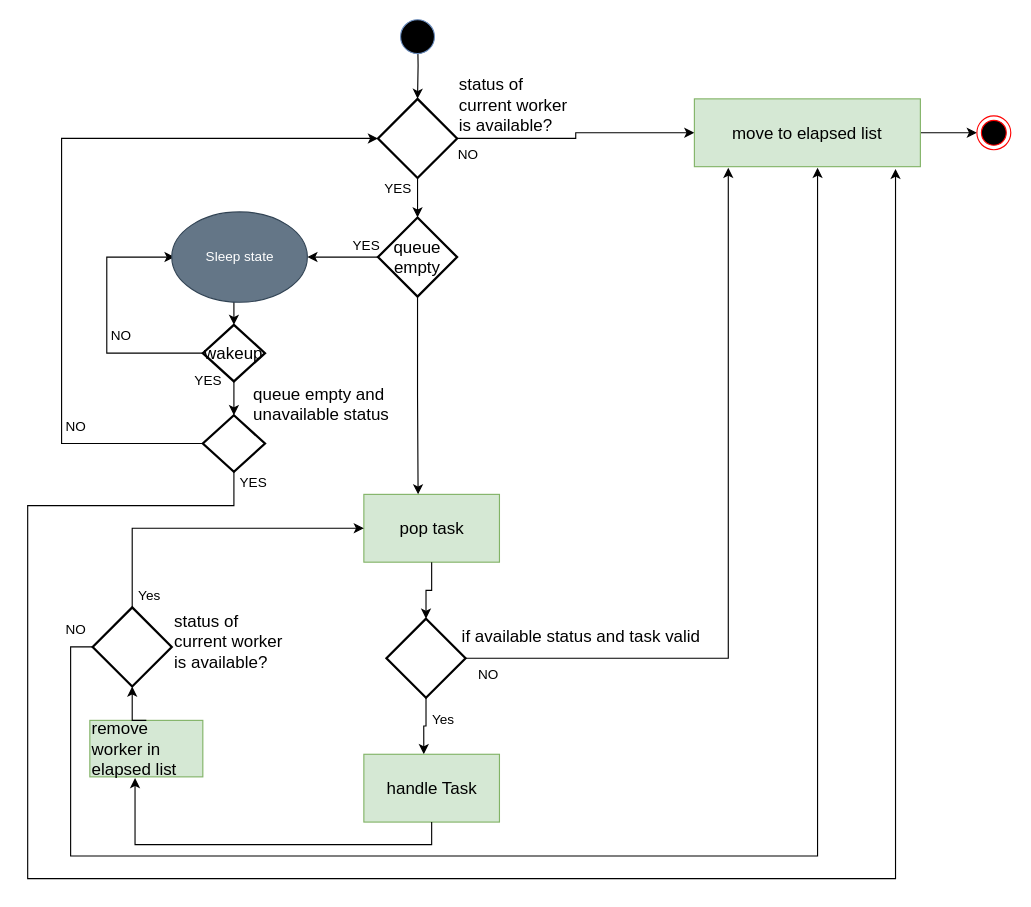
taikt/codefun keeps this draw.io diagram as page "dl_worker" (11 of 16) of doc/SA cert/Design/performance.drawio. Above is the earlier version. Source tidied: cells renumbered, new cells numbered last; positions are measured from the earlier drawing's top-left corner, leaving out a move shared by most shapes. Both pictures are drawn from the tidied source at 113%, with x=0, y=0 at pixel (27, 19).
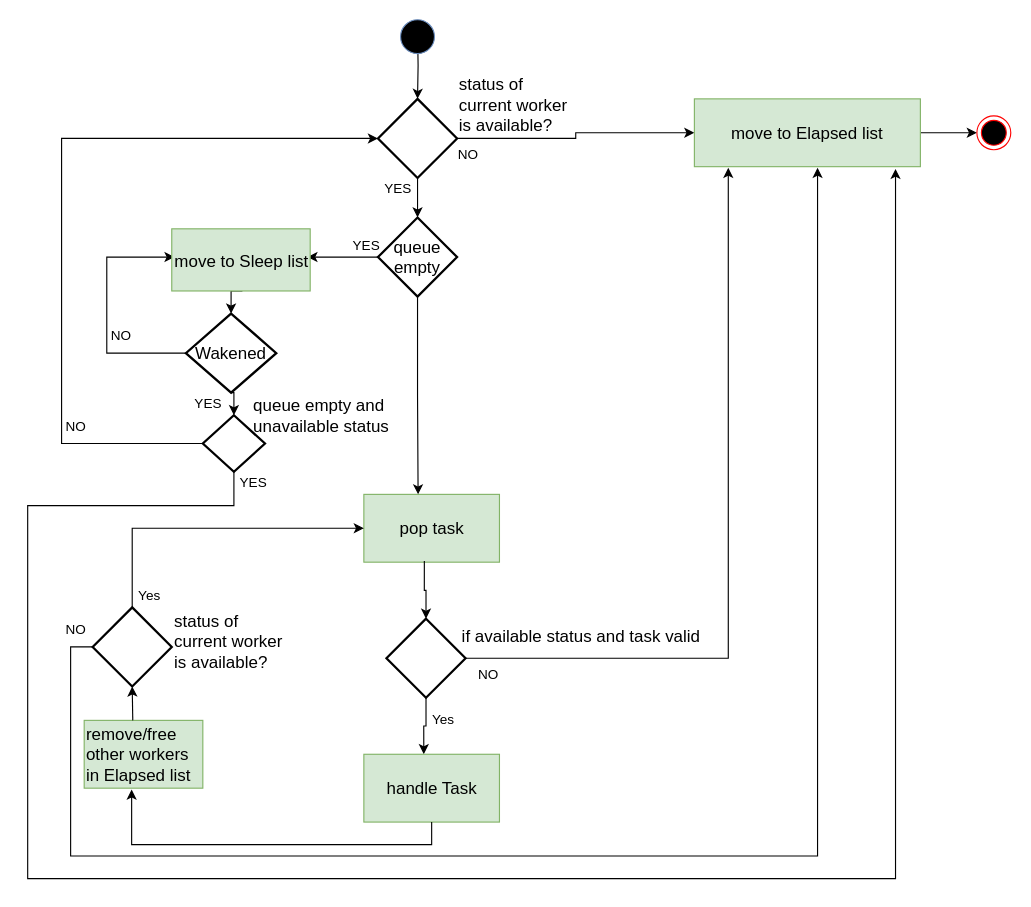
After the change.

The change refers to these unchanged cells:
```xml
<mxCell id="9" value="&lt;font style=&quot;font-size: 15px;&quot;&gt;pop task&lt;/font&gt;" style="rounded=0;whiteSpace=wrap;html=1;fillColor=#d5e8d4;strokeColor=#82b366;" parent="1" vertex="1">
  <mxGeometry x="297.5" y="420" width="120" height="60" as="geometry" />
</mxCell>
<mxCell id="13" style="strokeWidth=2;html=1;shape=mxgraph.flowchart.decision;whiteSpace=wrap;fillColor=none;gradientColor=#ffffff;" parent="1" vertex="1">
  <mxGeometry x="317.5" y="530" width="70" height="70" as="geometry" />
</mxCell>
<mxCell id="15" value="&lt;font style=&quot;font-size: 15px;&quot;&gt;handle Task&lt;/font&gt;" style="rounded=0;whiteSpace=wrap;html=1;fillColor=#d5e8d4;strokeColor=#82b366;" parent="1" vertex="1">
  <mxGeometry x="297.5" y="650" width="120" height="60" as="geometry" />
</mxCell>
<mxCell id="18" style="strokeWidth=2;html=1;shape=mxgraph.flowchart.decision;whiteSpace=wrap;fillColor=none;gradientColor=#ffffff;" parent="1" vertex="1">
  <mxGeometry x="57.5" y="520" width="70" height="70" as="geometry" />
</mxCell>
<mxCell id="24" value="&lt;font style=&quot;font-size: 15px;&quot;&gt;queue empty&lt;/font&gt;" style="strokeWidth=2;html=1;shape=mxgraph.flowchart.decision;whiteSpace=wrap;fillColor=none;gradientColor=#ffffff;" parent="1" vertex="1">
  <mxGeometry x="310" y="175" width="70" height="70" as="geometry" />
</mxCell>
```

Change to the diagram source:
```diff
@@
-    <mxCell id="6" value="&lt;font style=&quot;font-size: 15px;&quot;&gt;move to elapsed list&lt;/font&gt;" style="rounded=0;whiteSpace=wrap;html=1;fillColor=#d5e8d4;strokeColor=#82b366;" parent="1" vertex="1">
+    <mxCell id="6" value="&lt;font style=&quot;font-size: 15px;&quot;&gt;move to Elapsed list&lt;/font&gt;" style="rounded=0;whiteSpace=wrap;html=1;fillColor=#d5e8d4;strokeColor=#82b366;" parent="1" vertex="1">
       <mxGeometry x="590" y="70" width="200" height="60" as="geometry" />
     </mxCell>
@@
-    <mxCell id="23" style="edgeStyle=orthogonalEdgeStyle;rounded=0;jettySize=auto;html=1;exitX=0;exitY=0.5;exitDx=0;exitDy=0;exitPerimeter=0;entryX=1;entryY=0.5;entryDx=0;entryDy=0;" parent="1" edge="1" source="24" target="43">
-      <mxGeometry relative="1" as="geometry" />
+    <mxCell id="23" style="edgeStyle=orthogonalEdgeStyle;rounded=0;jettySize=auto;html=1;exitX=0;exitY=0.5;exitDx=0;exitDy=0;exitPerimeter=0;entryX=1;entryY=0.5;entryDx=0;entryDy=0;" parent="1" edge="1" source="24">
+      <mxGeometry relative="1" as="geometry">
+        <mxPoint x="247.5" y="210" as="targetPoint" />
+      </mxGeometry>
     </mxCell>
@@
-    <mxCell id="29" value="&lt;font style=&quot;font-size: 15px;&quot;&gt;wakeup&lt;/font&gt;" style="strokeWidth=2;html=1;shape=mxgraph.flowchart.decision;whiteSpace=wrap;fillColor=none;gradientColor=#ffffff;" parent="1" vertex="1">
-      <mxGeometry x="155" y="270" width="55" height="50" as="geometry" />
+    <mxCell id="29" style="strokeWidth=2;html=1;shape=mxgraph.flowchart.decision;whiteSpace=wrap;fillColor=none;gradientColor=#ffffff;" parent="1" vertex="1">
+      <mxGeometry x="140" y="260" width="80" height="70" as="geometry" />
     </mxCell>
@@
     <mxCell id="34" value="&lt;font style=&quot;font-size: 15px;&quot;&gt;queue empty and &lt;br&gt;unavailable status&lt;/font&gt;" style="text;html=1;strokeColor=none;fillColor=none;align=left;verticalAlign=middle;whiteSpace=wrap;rounded=0;" parent="1" vertex="1">
-      <mxGeometry x="197.5" y="330" width="220" height="20" as="geometry" />
+      <mxGeometry x="197.5" y="340" width="220" height="20" as="geometry" />
     </mxCell>
@@
     <mxCell id="37" value="YES" style="text;html=1;strokeColor=none;fillColor=none;align=center;verticalAlign=middle;whiteSpace=wrap;rounded=0;" parent="1" vertex="1">
-      <mxGeometry x="140" y="310" width="40" height="20" as="geometry" />
+      <mxGeometry x="140" y="330" width="40" height="20" as="geometry" />
     </mxCell>
-    <mxCell id="38" value="&lt;font style=&quot;font-size: 15px;&quot;&gt;remove worker in elapsed list&lt;/font&gt;" style="rounded=0;whiteSpace=wrap;html=1;fillColor=#d5e8d4;strokeColor=#82b366;align=left;" parent="1" vertex="1">
-      <mxGeometry x="55" y="620" width="100" height="50" as="geometry" />
+    <mxCell id="38" value="&lt;font style=&quot;font-size: 15px;&quot;&gt;remove/free other workers in Elapsed list&lt;/font&gt;" style="rounded=0;whiteSpace=wrap;html=1;fillColor=#d5e8d4;strokeColor=#82b366;align=left;" parent="1" vertex="1">
+      <mxGeometry x="50" y="620" width="105" height="60" as="geometry" />
     </mxCell>
     <mxCell id="39" style="edgeStyle=orthogonalEdgeStyle;rounded=0;jettySize=auto;html=1;exitX=0.5;exitY=1;exitDx=0;exitDy=0;entryX=0.4;entryY=1.02;entryDx=0;entryDy=0;entryPerimeter=0;" parent="1" edge="1" source="15" target="38">
-      <mxGeometry relative="1" as="geometry" />
+      <mxGeometry relative="1" as="geometry">
+        <Array as="points">
+          <mxPoint x="358" y="730" />
+          <mxPoint x="92" y="730" />
+        </Array>
+      </mxGeometry>
     </mxCell>
-    <mxCell id="40" style="edgeStyle=orthogonalEdgeStyle;rounded=0;jettySize=auto;html=1;exitX=0.5;exitY=0;exitDx=0;exitDy=0;entryX=0.5;entryY=1;entryDx=0;entryDy=0;entryPerimeter=0;" parent="1" edge="1" source="38" target="18">
-      <mxGeometry relative="1" as="geometry" />
+    <mxCell id="40" style="edgeStyle=orthogonalEdgeStyle;rounded=0;jettySize=auto;html=1;entryX=0.5;entryY=1;entryDx=0;entryDy=0;entryPerimeter=0;" parent="1" edge="1" target="18">
+      <mxGeometry relative="1" as="geometry">
+        <mxPoint x="93" y="620" as="sourcePoint" />
+      </mxGeometry>
     </mxCell>
@@
-    <mxCell id="43" value="Sleep state" style="ellipse;whiteSpace=wrap;html=1;fillColor=#647687;fontColor=#ffffff;strokeColor=#314354;" parent="1" vertex="1">
-      <mxGeometry x="127.5" y="170" width="120" height="80" as="geometry" />
-    </mxCell>
@@
-    <mxCell id="45" style="edgeStyle=orthogonalEdgeStyle;rounded=0;jettySize=auto;html=1;exitX=0.5;exitY=1;exitDx=0;exitDy=0;entryX=0.5;entryY=0;entryDx=0;entryDy=0;entryPerimeter=0;" parent="1" edge="1" source="9" target="13">
+    <mxCell id="45" style="edgeStyle=orthogonalEdgeStyle;rounded=0;jettySize=auto;html=1;exitX=0.446;exitY=0.983;exitDx=0;exitDy=0;entryX=0.5;entryY=0;entryDx=0;entryDy=0;entryPerimeter=0;exitPerimeter=0;" parent="1" edge="1" source="9" target="13">
       <mxGeometry relative="1" as="geometry" />
     </mxCell>
@@
+    <mxCell id="48" value="&lt;font style=&quot;font-size: 15px;&quot;&gt;move to Sleep list&lt;/font&gt;" style="rounded=0;whiteSpace=wrap;html=1;fillColor=#d5e8d4;strokeColor=#82b366;" parent="1" vertex="1">
+      <mxGeometry x="127.5" y="185" width="122.5" height="55" as="geometry" />
+    </mxCell>
+    <mxCell id="49" value="&lt;font style=&quot;font-size: 15px;&quot;&gt;Wakened&lt;/font&gt;" style="text;html=1;strokeColor=none;fillColor=none;align=center;verticalAlign=middle;whiteSpace=wrap;rounded=0;" parent="1" vertex="1">
+      <mxGeometry x="150" y="280" width="60" height="30" as="geometry" />
+    </mxCell>
```
